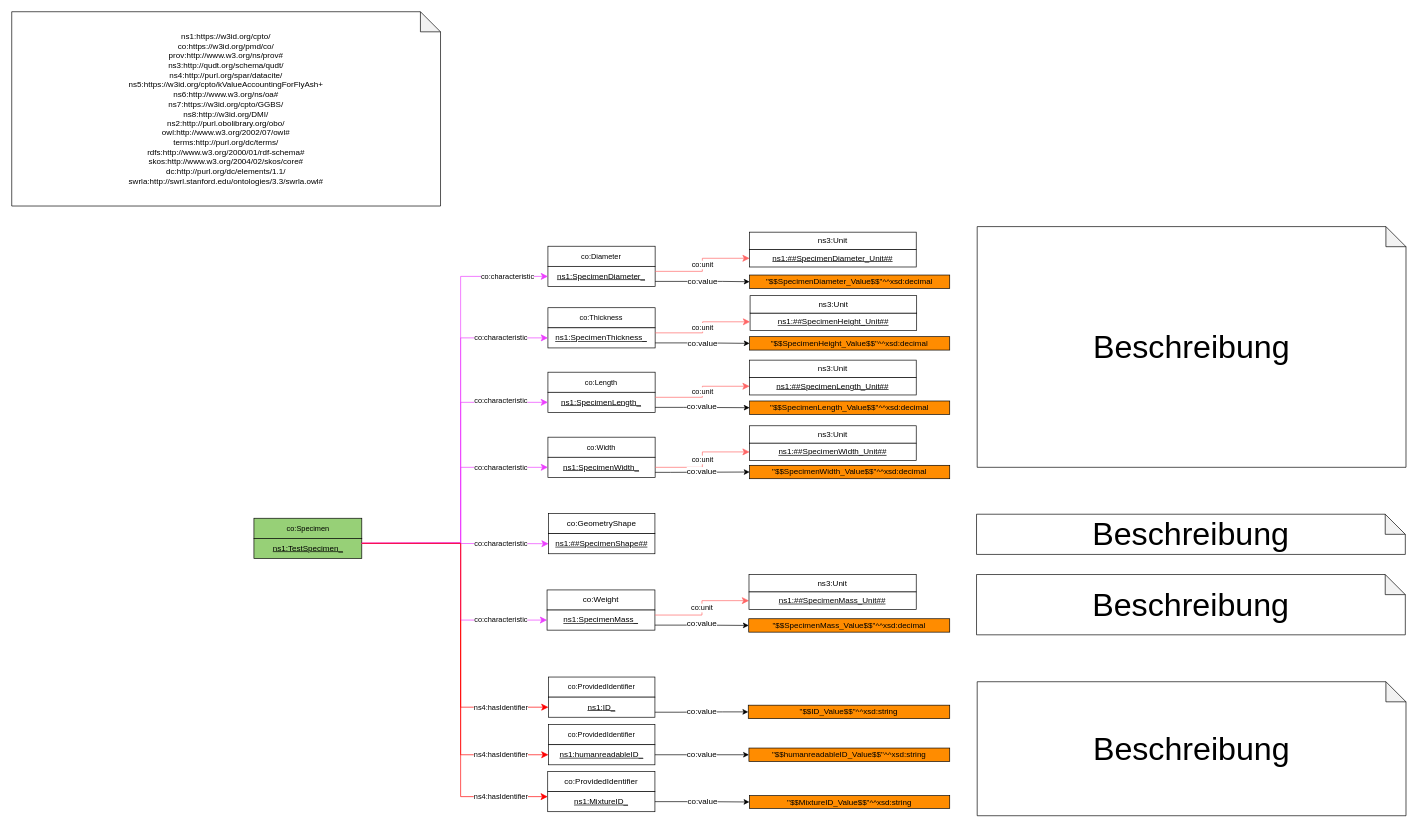
BAMresearch/LebeDigital keeps this draw.io diagram as lebedigital/ConcreteOntology/Specimen_KG_Template.drawio. Above is the earlier version. Source tidied: cells renumbered, new cells numbered last; positions are measured from the earlier drawing's top-left corner, leaving out a move shared by most shapes. Both pictures are drawn from the tidied source at 67%, with x=0, y=0 at pixel (11, 11).
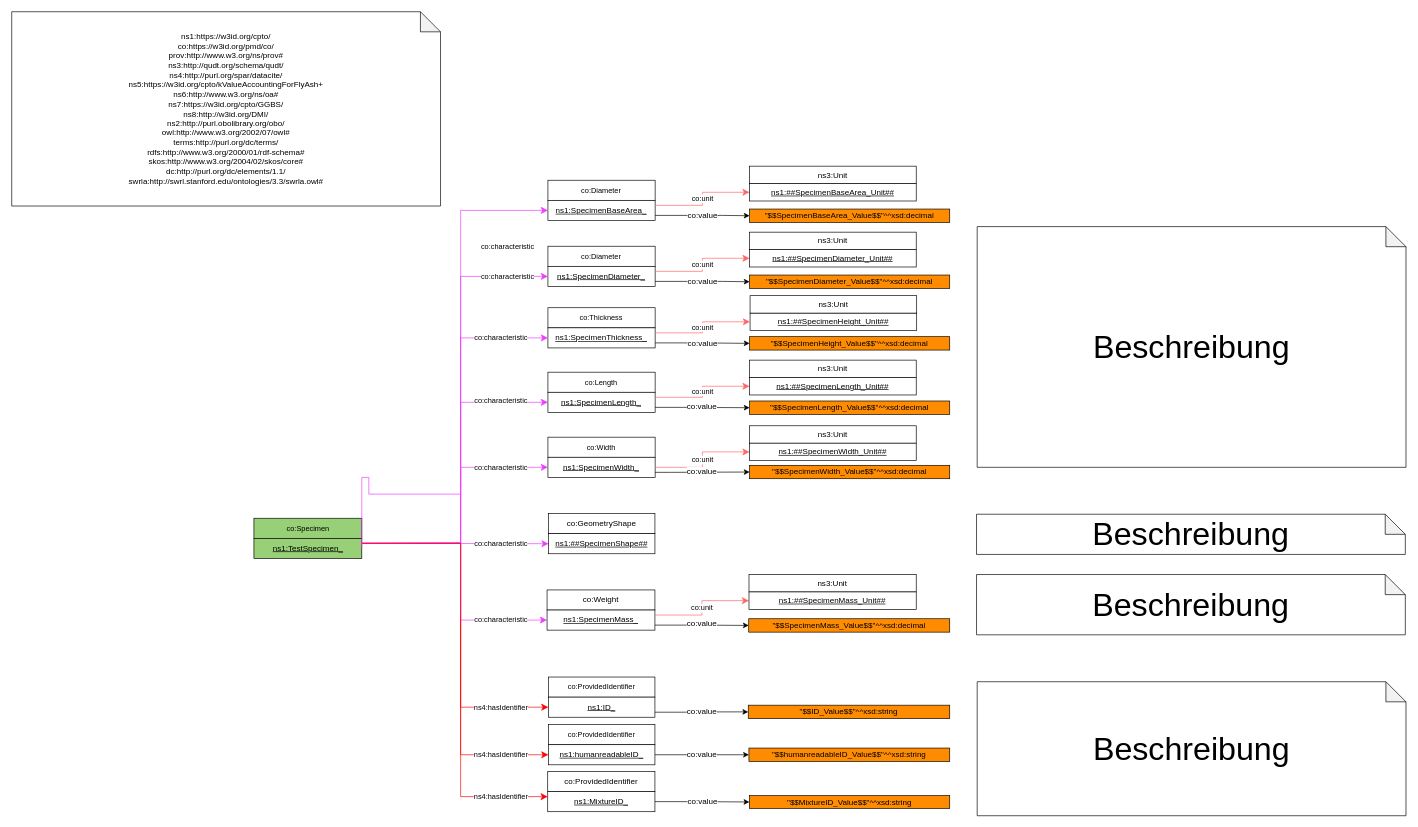
After the change.

Unchanged cells that the change refers to:
```xml
<mxCell id="3" value="&lt;u&gt;&lt;font style=&quot;font-size: 12px&quot;&gt;ns1:TestSpecimen_&lt;/font&gt;&lt;/u&gt;" style="rounded=0;whiteSpace=wrap;html=1;snapToPoint=1;fontSize=11;fillColor=#97D077;" parent="1" vertex="1">
  <mxGeometry x="361.5" y="786" width="161" height="30" as="geometry" />
</mxCell>
```

The edit, as a diff of the source:
```diff
@@
+    <mxCell id="67" value="co:Diameter" style="rounded=0;whiteSpace=wrap;html=1;fontSize=11;fillColor=#FFFFFF;" parent="1" vertex="1">
+      <mxGeometry x="800.3" y="251.5" width="160" height="30" as="geometry" />
+    </mxCell>
+    <mxCell id="68" value="&lt;u&gt;&lt;font style=&quot;font-size: 12px&quot;&gt;ns1:&lt;/font&gt;&lt;/u&gt;&lt;u&gt;&lt;font style=&quot;font-size: 12px&quot;&gt;SpecimenBaseArea_&lt;/font&gt;&lt;/u&gt;" style="rounded=0;whiteSpace=wrap;html=1;snapToPoint=1;fontSize=11;" parent="1" vertex="1">
+      <mxGeometry x="800.3" y="281.5" width="160" height="30" as="geometry" />
+    </mxCell>
+    <mxCell id="69" value="&quot;$$SpecimenBaseArea_Value$$&quot;^^xsd:decimal" style="rounded=0;whiteSpace=wrap;html=1;snapToPoint=1;shadow=0;glass=0;sketch=0;strokeColor=default;fontSize=12;fillColor=#FF8C00;" parent="1" vertex="1">
+      <mxGeometry x="1101.3" y="294.5" width="298.7" height="20" as="geometry" />
+    </mxCell>
+    <mxCell id="70" value="ns3:Unit" style="rounded=0;whiteSpace=wrap;html=1;fillColor=#FFFFFF;" parent="1" vertex="1">
+      <mxGeometry x="1101.3" y="230.5" width="248.7" height="26" as="geometry" />
+    </mxCell>
+    <mxCell id="71" value="&lt;u&gt;ns1:##SpecimenBaseArea_Unit##&lt;/u&gt;" style="rounded=0;whiteSpace=wrap;html=1;fillColor=#FFFFFF;" parent="1" vertex="1">
+      <mxGeometry x="1101.3" y="256.5" width="248.7" height="26" as="geometry" />
+    </mxCell>
+    <mxCell id="72" value="co:value" style="edgeStyle=orthogonalEdgeStyle;rounded=0;jettySize=auto;html=1;fontSize=12;exitX=1;exitY=0.75;exitDx=0;exitDy=0;fillColor=#FFFFFF;entryX=0;entryY=0.5;entryDx=0;entryDy=0;" parent="1" edge="1" source="68" target="69">
+      <mxGeometry x="-2156.7" y="-676.5" as="geometry">
+        <Array as="points">
+          <mxPoint x="1061" y="304.5" />
+          <mxPoint x="1161" y="304.5" />
+        </Array>
+      </mxGeometry>
+    </mxCell>
+    <mxCell id="73" value="co:unit" style="endArrow=classic;html=1;exitX=1;exitY=0.25;exitDx=0;exitDy=0;entryX=0;entryY=0.5;entryDx=0;entryDy=0;endSize=8;arcSize=0;edgeStyle=orthogonalEdgeStyle;fillColor=#FFFFFF;strokeColor=#FF6666;" parent="1" edge="1" source="68" target="71">
+      <mxGeometry x="-2156.7" y="-676.5" as="geometry" />
+    </mxCell>
+    <mxCell id="74" value="co:characteristic" style="endArrow=classic;html=1;exitX=1;exitY=0.5;exitDx=0;exitDy=0;endSize=8;arcSize=0;edgeStyle=orthogonalEdgeStyle;entryX=0;entryY=0.5;entryDx=0;entryDy=0;fillColor=#FFFFFF;strokeColor=#EC3DFF;" parent="1" edge="1" source="3" target="68">
+      <mxGeometry y="-98.5" as="geometry">
+        <Array as="points">
+          <mxPoint x="523" y="695" />
+          <mxPoint x="533" y="695" />
+          <mxPoint x="533" y="720" />
+          <mxPoint x="670" y="720" />
+          <mxPoint x="670" y="297" />
+        </Array>
+        <mxPoint x="79" y="-199" as="offset" />
+      </mxGeometry>
+    </mxCell>
```
